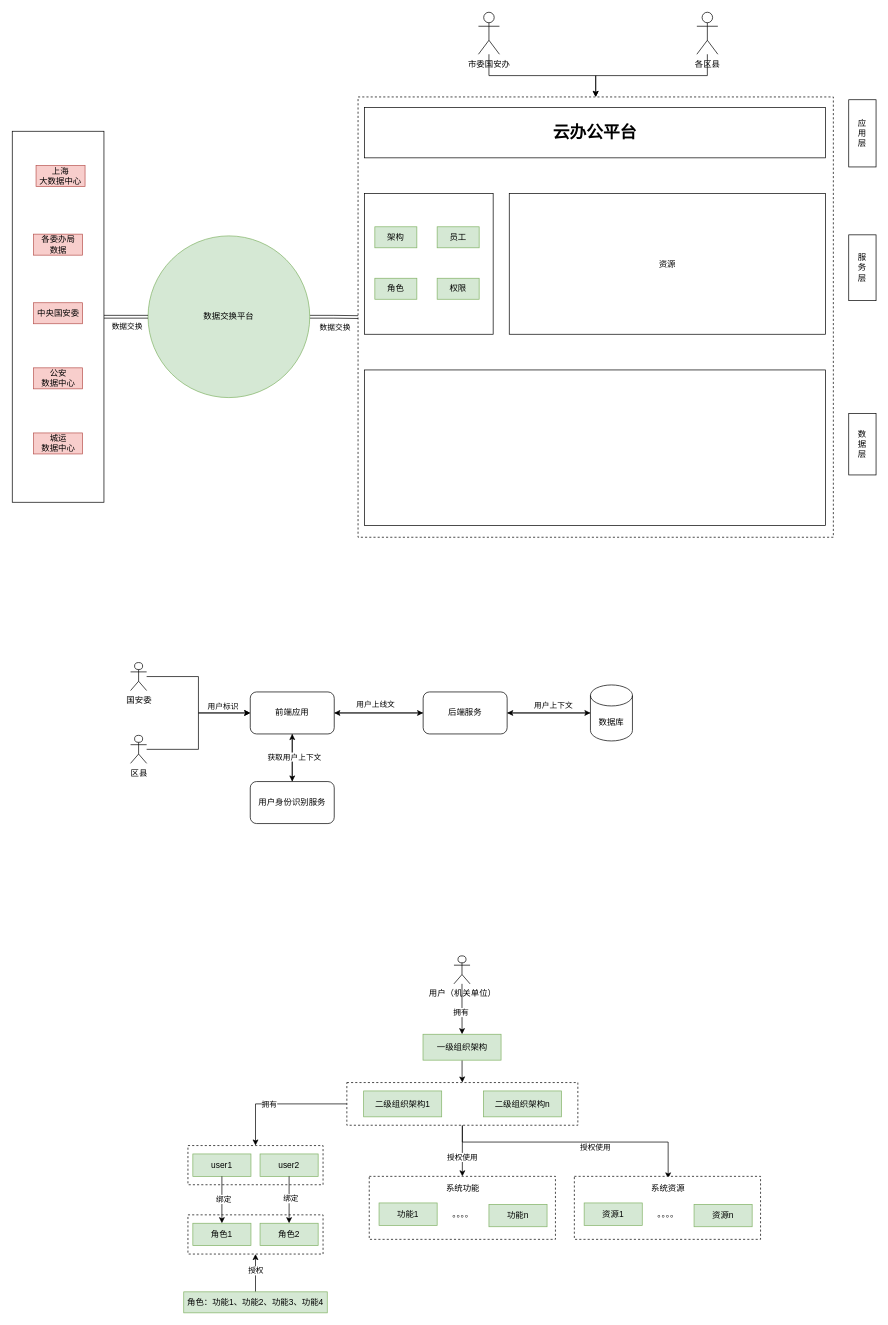
ammengke/my-drawio keeps this draw.io diagram as 100号私有化架构.drawio. Above is the earlier version. Source tidied: cells renumbered, new cells numbered last; positions are measured from the earlier drawing's top-left corner, leaving out a move shared by most shapes. Both pictures are drawn from the tidied source at 70%, with x=0, y=0 at pixel (12, 12).
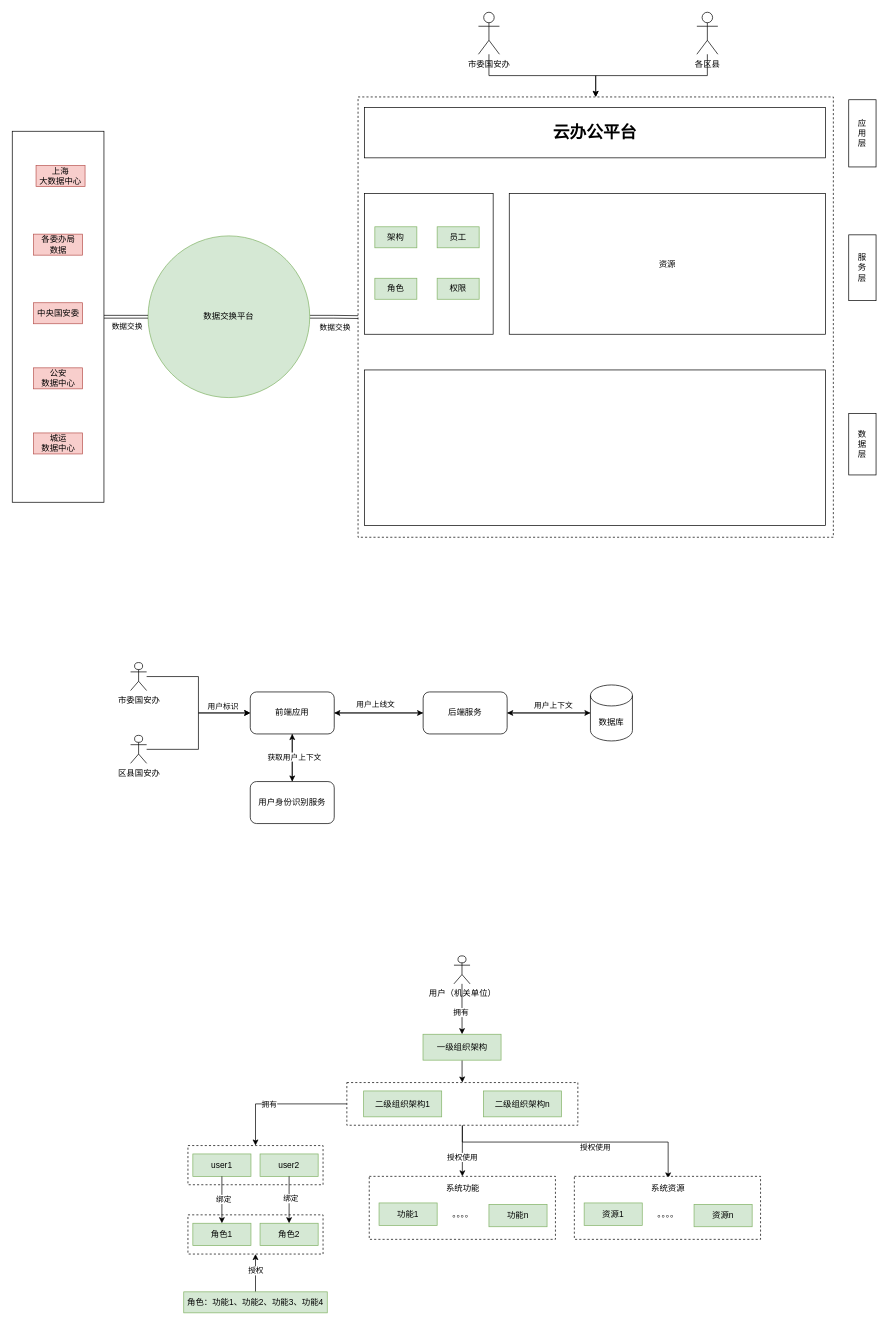
The same diagram, later.

Commit message:
更新100号私有化架构.drawio

The edit, as a diff of the source:
```diff
@@
-    <mxCell id="17" value="国安委" style="shape=umlActor;verticalLabelPosition=bottom;verticalAlign=top;html=1;outlineConnect=0;" parent="1" vertex="1">
+    <mxCell id="17" value="市委国安办" style="shape=umlActor;verticalLabelPosition=bottom;verticalAlign=top;html=1;outlineConnect=0;" parent="1" vertex="1">
       <mxGeometry x="169" y="929" width="23" height="40" as="geometry" />
     </mxCell>
@@
-    <mxCell id="20" value="区县" style="shape=umlActor;verticalLabelPosition=bottom;verticalAlign=top;html=1;outlineConnect=0;" parent="1" vertex="1">
+    <mxCell id="20" value="区县国安办" style="shape=umlActor;verticalLabelPosition=bottom;verticalAlign=top;html=1;outlineConnect=0;" parent="1" vertex="1">
       <mxGeometry x="169" y="1033" width="23" height="40" as="geometry" />
     </mxCell>
```
